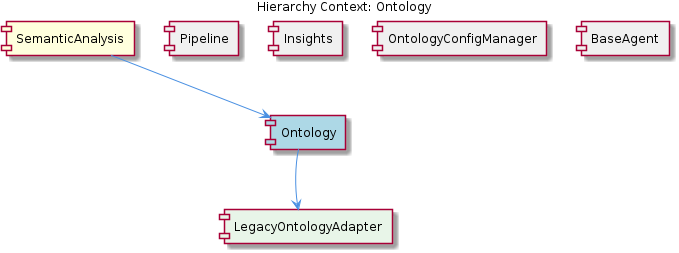
Above: knowledge-management/insights/images/ontology-relationship.png in fwornle/coding (PlantUML), before the change. Its source is kept beside it as .data/knowledge-graph/insights/puml/ontology-relationship.puml.
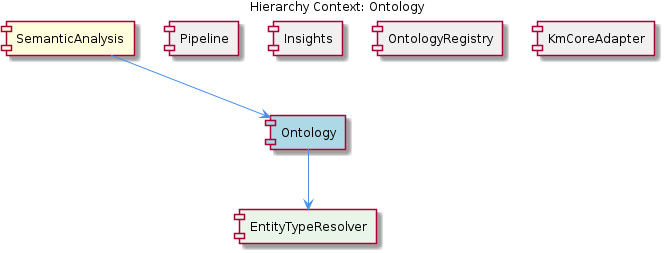
After the commit.

The edit, as a diff of the source:
```diff
@@ -7,17 +7,15 @@
 [Ontology] as ontology #LightBlue
 [Pipeline] as pipeline #F0F0F0
 [Insights] as insights #F0F0F0
-[OntologyConfigManager] as ontology_config_manager #F0F0F0
-[LegacyOntologyAdapter] as legacy_ontology_adapter #F0F0F0
-[BaseAgent] as base_agent #F0F0F0
-[LegacyOntologyAdapter] as legacy_ontology_adapter #E8F5E8
+[OntologyRegistry] as ontology_registry #F0F0F0
+[KmCoreAdapter] as km_core_adapter #F0F0F0
+[EntityTypeResolver] as entity_type_resolver #E8F5E8
 
 semantic_analysis --> ontology
 pipeline -[hidden]- ontology
 insights -[hidden]- ontology
-ontology_config_manager -[hidden]- ontology
-legacy_ontology_adapter -[hidden]- ontology
-base_agent -[hidden]- ontology
-ontology --> legacy_ontology_adapter
+ontology_registry -[hidden]- ontology
+km_core_adapter -[hidden]- ontology
+ontology --> entity_type_resolver
 
 @enduml
```
